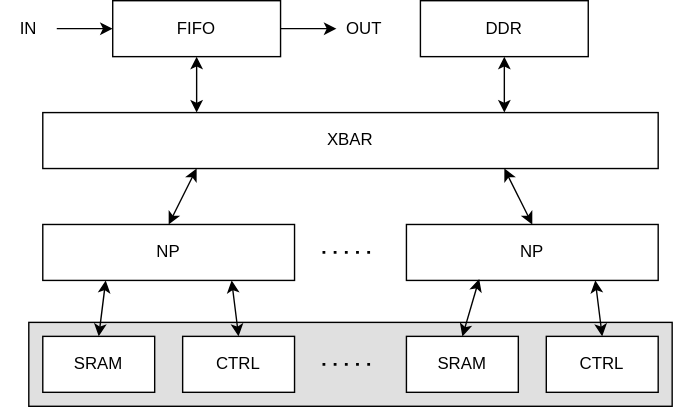
retrhelo/bachelor-thesis keeps this draw.io diagram as images/design_datapath.svg. Above is the earlier version. Source tidied: cells renumbered, new cells last; positions are measured from the earlier drawing's top-left corner, leaving out a move shared by most shapes.
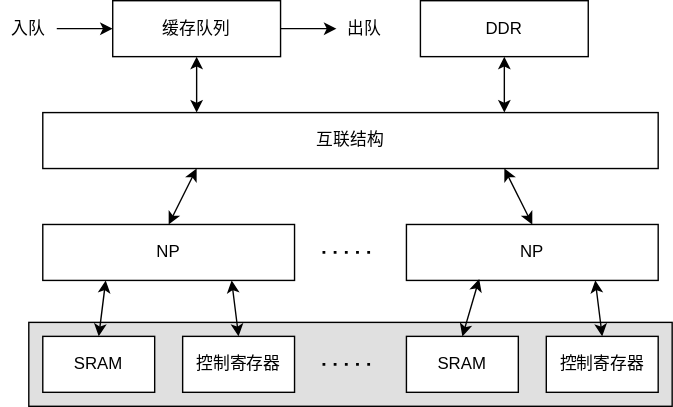
After the change.

The edit, as a diff of the source:
```diff
@@ -8,13 +8,13 @@
     <mxCell id="3" value="SRAM" style="rounded=0;whiteSpace=wrap;html=1;" parent="1" vertex="1">
       <mxGeometry x="30" y="240" width="80" height="40" as="geometry" />
     </mxCell>
-    <mxCell id="4" value="CTRL" style="rounded=0;whiteSpace=wrap;html=1;" parent="1" vertex="1">
+    <mxCell id="4" value="控制寄存器" style="rounded=0;whiteSpace=wrap;html=1;" parent="1" vertex="1">
       <mxGeometry x="130" y="240" width="80" height="40" as="geometry" />
     </mxCell>
     <mxCell id="5" value="SRAM" style="rounded=0;whiteSpace=wrap;html=1;" parent="1" vertex="1">
       <mxGeometry x="290" y="240" width="80" height="40" as="geometry" />
     </mxCell>
-    <mxCell id="6" value="CTRL" style="rounded=0;whiteSpace=wrap;html=1;" parent="1" vertex="1">
+    <mxCell id="6" value="控制寄存器" style="rounded=0;whiteSpace=wrap;html=1;" parent="1" vertex="1">
       <mxGeometry x="390" y="240" width="80" height="40" as="geometry" />
     </mxCell>
     <mxCell id="7" style="endArrow=none;dashed=1;html=1;dashPattern=1 3;strokeWidth=2;rounded=0;" parent="1" edge="1">
@@ -51,10 +51,10 @@
         <mxPoint x="270" y="180" as="targetPoint" />
       </mxGeometry>
     </mxCell>
-    <mxCell id="15" value="XBAR" style="rounded=0;whiteSpace=wrap;html=1;fillColor=#FFFFFF;" parent="1" vertex="1">
+    <mxCell id="15" value="互联结构" style="rounded=0;whiteSpace=wrap;html=1;fillColor=#FFFFFF;" parent="1" vertex="1">
       <mxGeometry x="30" y="80" width="440" height="40" as="geometry" />
     </mxCell>
-    <mxCell id="16" value="FIFO" style="rounded=0;whiteSpace=wrap;html=1;fillColor=#FFFFFF;" parent="1" vertex="1">
+    <mxCell id="16" value="缓存队列" style="rounded=0;whiteSpace=wrap;html=1;fillColor=#FFFFFF;" parent="1" vertex="1">
       <mxGeometry x="80" width="120" height="40" as="geometry" />
     </mxCell>
     <mxCell id="17" style="endArrow=classic;startArrow=classic;html=1;rounded=0;exitX=0.5;exitY=0;exitDx=0;exitDy=0;entryX=0.25;entryY=1;entryDx=0;entryDy=0;" parent="1" edge="1" source="8" target="15">
@@ -63,7 +63,7 @@
     <mxCell id="18" style="endArrow=classic;startArrow=classic;html=1;rounded=0;entryX=0.75;entryY=1;entryDx=0;entryDy=0;exitX=0.5;exitY=0;exitDx=0;exitDy=0;" parent="1" edge="1" source="11" target="15">
       <mxGeometry relative="1" as="geometry" />
     </mxCell>
-    <mxCell id="19" value="IN" style="text;html=1;strokeColor=none;fillColor=none;align=center;verticalAlign=middle;whiteSpace=wrap;rounded=0;" parent="1" vertex="1">
+    <mxCell id="19" value="入队" style="text;html=1;strokeColor=none;fillColor=none;align=center;verticalAlign=middle;whiteSpace=wrap;rounded=0;" parent="1" vertex="1">
       <mxGeometry width="40" height="40" as="geometry" />
     </mxCell>
     <mxCell id="20" style="endArrow=classic;html=1;rounded=0;entryX=0;entryY=0.5;entryDx=0;entryDy=0;exitX=1;exitY=0.5;exitDx=0;exitDy=0;" parent="1" edge="1" source="19" target="16">
@@ -72,7 +72,7 @@
     <mxCell id="21" style="endArrow=classic;html=1;rounded=0;exitX=1;exitY=0.5;exitDx=0;exitDy=0;" parent="1" edge="1" source="16" target="22">
       <mxGeometry relative="1" as="geometry" />
     </mxCell>
-    <mxCell id="22" value="OUT" style="text;html=1;strokeColor=none;fillColor=none;align=center;verticalAlign=middle;whiteSpace=wrap;rounded=0;" parent="1" vertex="1">
+    <mxCell id="22" value="出队" style="text;html=1;strokeColor=none;fillColor=none;align=center;verticalAlign=middle;whiteSpace=wrap;rounded=0;" parent="1" vertex="1">
       <mxGeometry x="240" width="40" height="40" as="geometry" />
     </mxCell>
     <mxCell id="23" style="endArrow=classic;startArrow=classic;html=1;rounded=0;entryX=0.5;entryY=1;entryDx=0;entryDy=0;exitX=0.25;exitY=0;exitDx=0;exitDy=0;" parent="1" edge="1" source="15" target="16">
```
